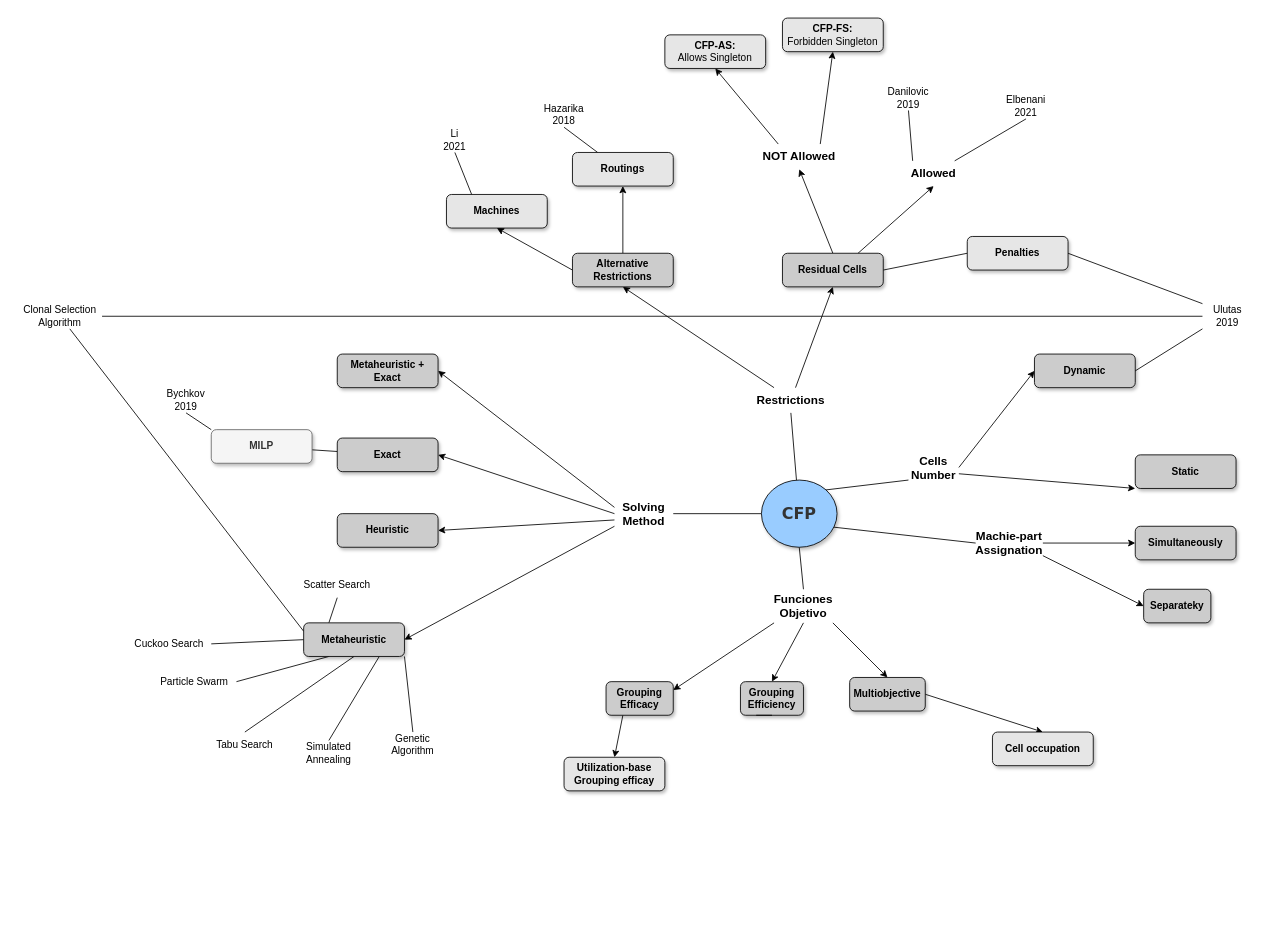
Earlier version of the draw.io diagram TAXONOMÍA.drawio (jossanlop/cell-formation). Source tidied: cells renumbered, new cells numbered last; positions are measured from the earlier drawing's top-left corner, leaving out a move shared by most shapes. Both pictures are drawn from the tidied source at 84%, with x=0, y=0 at pixel (18, 18).
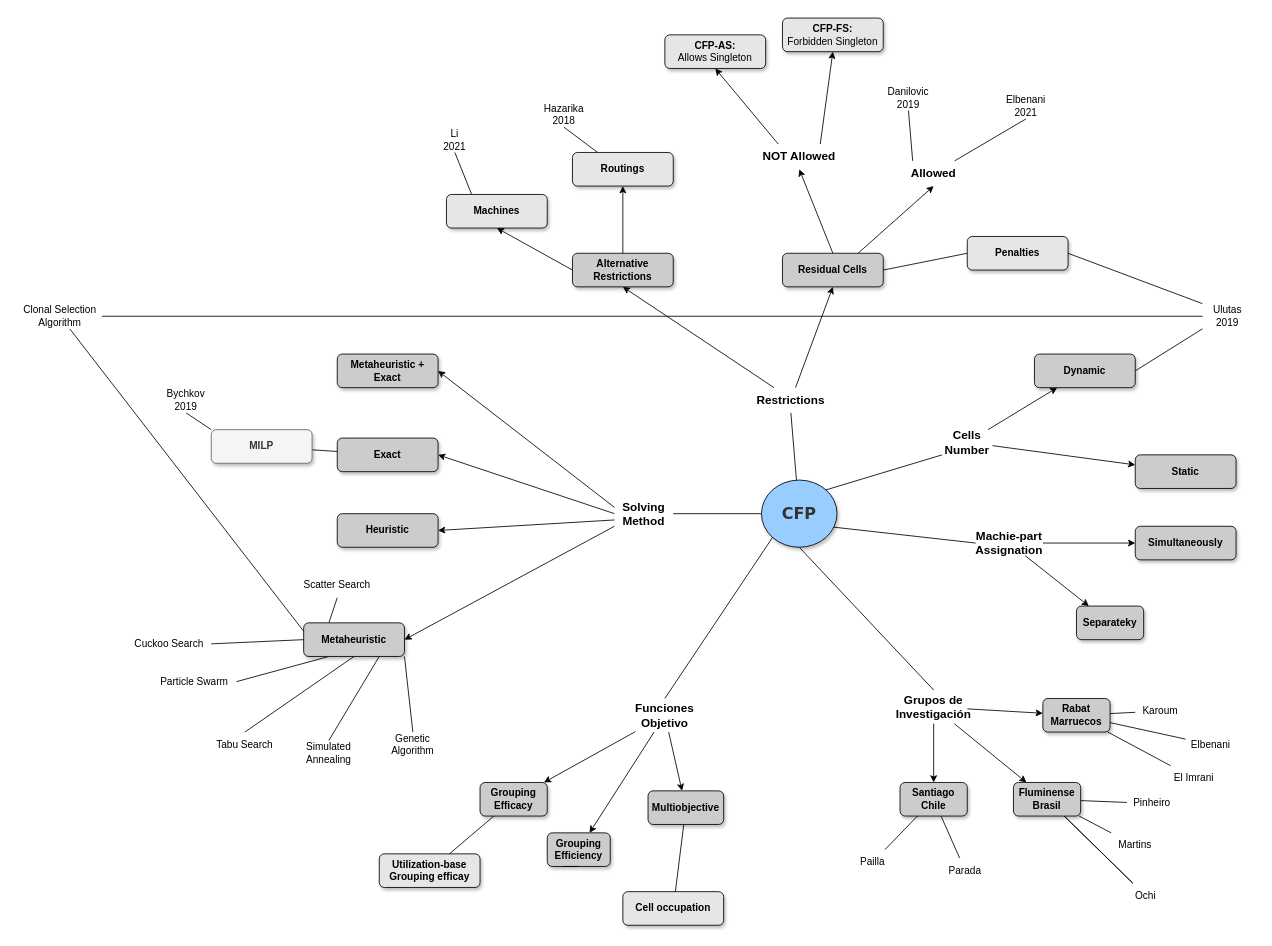
The same page after the edit.

The change refers to these unchanged cells:
```xml
<mxCell id="5" value="CFP" style="ellipse;whiteSpace=wrap;html=1;rounded=0;shadow=1;comic=0;labelBackgroundColor=none;strokeWidth=1;fontFamily=Verdana;fontSize=19;align=center;fontStyle=1;fillColor=#99CCFF;fontColor=#333333;strokeColor=#000000;" parent="1" vertex="1">
  <mxGeometry x="885" y="550" width="90" height="80" as="geometry" />
</mxCell>
<mxCell id="34" value="&lt;b&gt;Static&lt;br&gt;&lt;/b&gt;" style="rounded=1;whiteSpace=wrap;html=1;shadow=1;fontSize=12;strokeColor=#000000;strokeWidth=1;fillColor=#CCCCCC;gradientColor=none;" parent="1" vertex="1">
  <mxGeometry x="1330" y="520" width="120" height="40" as="geometry" />
</mxCell>
<mxCell id="35" value="&lt;b&gt;Dynamic&lt;br&gt;&lt;/b&gt;" style="rounded=1;whiteSpace=wrap;html=1;shadow=1;fontSize=12;strokeColor=#000000;strokeWidth=1;fillColor=#CCCCCC;gradientColor=none;" parent="1" vertex="1">
  <mxGeometry x="1210" y="400" width="120" height="40" as="geometry" />
</mxCell>
<mxCell id="77" value="Machie-part&lt;br&gt;Assignation" style="text;html=1;strokeColor=none;fillColor=none;align=center;verticalAlign=middle;whiteSpace=wrap;rounded=0;shadow=1;fontSize=14;fontStyle=1;" parent="1" vertex="1">
  <mxGeometry x="1140" y="610" width="80" height="30" as="geometry" />
</mxCell>
<mxCell id="79" value="&lt;b&gt;Simultaneously&lt;br&gt;&lt;/b&gt;" style="rounded=1;whiteSpace=wrap;html=1;shadow=1;fontSize=12;strokeColor=#000000;strokeWidth=1;fillColor=#CCCCCC;gradientColor=none;" parent="1" vertex="1">
  <mxGeometry x="1330" y="605" width="120" height="40" as="geometry" />
</mxCell>
```

Diff of the diagram source:
```diff
@@
-    <mxCell id="4" style="edgeStyle=none;rounded=0;jettySize=auto;html=1;exitX=0.5;exitY=1;exitDx=0;exitDy=0;fontSize=12;fontColor=#B3B3B3;endArrow=none;endFill=0;entryX=0.5;entryY=0;entryDx=0;entryDy=0;" parent="1" edge="1" source="5" target="65">
+    <mxCell id="4" style="edgeStyle=none;rounded=0;jettySize=auto;html=1;exitX=0;exitY=1;exitDx=0;exitDy=0;fontSize=12;fontColor=#B3B3B3;endArrow=none;endFill=0;entryX=0.5;entryY=0;entryDx=0;entryDy=0;" parent="1" edge="1" source="5" target="65">
       <mxGeometry relative="1" as="geometry" />
     </mxCell>
+    <mxCell id="91" style="rounded=0;jettySize=auto;html=1;exitX=0.5;exitY=1;exitDx=0;exitDy=0;entryX=0.5;entryY=0;entryDx=0;entryDy=0;endArrow=none;endFill=0;" parent="1" edge="1" source="5" target="96">
+      <mxGeometry relative="1" as="geometry" />
+    </mxCell>
@@
+    <mxCell id="32" style="edgeStyle=none;rounded=0;jettySize=auto;html=1;endArrow=classic;endFill=1;" parent="1" edge="1" source="33" target="35">
+      <mxGeometry relative="1" as="geometry" />
+    </mxCell>
-    <mxCell id="31" style="edgeStyle=none;rounded=0;jettySize=auto;html=1;exitX=1;exitY=0.75;exitDx=0;exitDy=0;entryX=0;entryY=1;entryDx=0;entryDy=0;fontSize=12;endArrow=classic;endFill=1;" parent="1" edge="1" source="33" target="34">
+    <mxCell id="31" style="edgeStyle=none;rounded=0;jettySize=auto;html=1;endArrow=classic;endFill=1;" parent="1" edge="1" source="33" target="34">
       <mxGeometry relative="1" as="geometry" />
     </mxCell>
-    <mxCell id="32" style="edgeStyle=none;rounded=0;jettySize=auto;html=1;exitX=1;exitY=0.5;exitDx=0;exitDy=0;entryX=0;entryY=0.5;entryDx=0;entryDy=0;fontSize=12;endArrow=classic;endFill=1;" parent="1" edge="1" source="33" target="35">
-      <mxGeometry relative="1" as="geometry" />
-    </mxCell>
     <mxCell id="33" value="Cells Number" style="text;html=1;strokeColor=none;fillColor=none;align=center;verticalAlign=middle;whiteSpace=wrap;rounded=0;shadow=1;fontSize=14;fontStyle=1;" parent="1" vertex="1">
-      <mxGeometry x="1060" y="520" width="60" height="30" as="geometry" />
+      <mxGeometry x="1100" y="490" width="60" height="30" as="geometry" />
     </mxCell>
@@
+    <mxCell id="64" style="edgeStyle=none;rounded=0;jettySize=auto;html=1;endArrow=classic;endFill=1;" parent="1" edge="1" source="65" target="67">
+      <mxGeometry relative="1" as="geometry" />
+    </mxCell>
+    <mxCell id="63" style="edgeStyle=none;rounded=0;jettySize=auto;html=1;endArrow=classic;endFill=1;" parent="1" edge="1" source="65" target="69">
+      <mxGeometry relative="1" as="geometry" />
+    </mxCell>
-    <mxCell id="62" style="edgeStyle=none;rounded=0;jettySize=auto;html=1;exitX=0;exitY=1;exitDx=0;exitDy=0;entryX=1;entryY=0.25;entryDx=0;entryDy=0;fontSize=12;fontColor=#B3B3B3;endArrow=classic;endFill=1;" parent="1" edge="1" source="65" target="71">
+    <mxCell id="62" style="edgeStyle=none;rounded=0;jettySize=auto;html=1;endArrow=classic;endFill=1;" parent="1" edge="1" source="65" target="71">
       <mxGeometry relative="1" as="geometry" />
     </mxCell>
-    <mxCell id="63" style="edgeStyle=none;rounded=0;jettySize=auto;html=1;exitX=0.5;exitY=1;exitDx=0;exitDy=0;entryX=0.5;entryY=0;entryDx=0;entryDy=0;fontSize=12;fontColor=#B3B3B3;endArrow=classic;endFill=1;" parent="1" edge="1" source="65" target="69">
-      <mxGeometry relative="1" as="geometry" />
-    </mxCell>
-    <mxCell id="64" style="edgeStyle=none;rounded=0;jettySize=auto;html=1;exitX=1;exitY=1;exitDx=0;exitDy=0;entryX=0.5;entryY=0;entryDx=0;entryDy=0;fontSize=12;fontColor=#B3B3B3;endArrow=classic;endFill=1;" parent="1" edge="1" source="65" target="67">
-      <mxGeometry relative="1" as="geometry" />
-    </mxCell>
     <mxCell id="65" value="Funciones&lt;br&gt;Objetivo" style="text;html=1;strokeColor=none;fillColor=none;align=center;verticalAlign=middle;whiteSpace=wrap;rounded=0;shadow=1;fontSize=14;fontStyle=1;" parent="1" vertex="1">
-      <mxGeometry x="900" y="680" width="70" height="40" as="geometry" />
+      <mxGeometry x="735" y="810" width="70" height="40" as="geometry" />
     </mxCell>
-    <mxCell id="66" style="edgeStyle=none;rounded=0;jettySize=auto;html=1;exitX=1;exitY=0.5;exitDx=0;exitDy=0;fontSize=12;fontColor=#B3B3B3;endArrow=classic;endFill=1;entryX=0.5;entryY=0;entryDx=0;entryDy=0;" parent="1" edge="1" source="67" target="74">
+    <mxCell id="66" style="edgeStyle=none;rounded=0;jettySize=auto;html=1;endArrow=none;endFill=0;" parent="1" edge="1" source="67" target="74">
       <mxGeometry relative="1" as="geometry" />
     </mxCell>
     <mxCell id="67" value="&lt;b&gt;Multiobjective&lt;br&gt;&lt;/b&gt;" style="rounded=1;whiteSpace=wrap;html=1;shadow=1;fontSize=12;strokeColor=#000000;strokeWidth=1;fillColor=#CCCCCC;gradientColor=none;" parent="1" vertex="1">
-      <mxGeometry x="990" y="785" width="90" height="40" as="geometry" />
+      <mxGeometry x="750" y="920" width="90" height="40" as="geometry" />
     </mxCell>
     <mxCell id="68" value="&lt;b&gt;Utilization-base&lt;br&gt;Grouping efficay&lt;br&gt;&lt;/b&gt;" style="rounded=1;whiteSpace=wrap;html=1;shadow=1;fontSize=12;strokeColor=#000000;strokeWidth=1;fillColor=#E6E6E6;gradientColor=none;" parent="1" vertex="1">
-      <mxGeometry x="650" y="880" width="120" height="40" as="geometry" />
+      <mxGeometry x="430" y="995" width="120" height="40" as="geometry" />
     </mxCell>
     <mxCell id="69" value="&lt;b&gt;Grouping&lt;br&gt;Efficiency&lt;br&gt;&lt;/b&gt;" style="rounded=1;whiteSpace=wrap;html=1;shadow=1;fontSize=12;strokeColor=#000000;strokeWidth=1;fillColor=#CCCCCC;gradientColor=none;" parent="1" vertex="1">
-      <mxGeometry x="860" y="790" width="75" height="40" as="geometry" />
+      <mxGeometry x="630" y="970" width="75" height="40" as="geometry" />
     </mxCell>
-    <mxCell id="70" style="edgeStyle=none;rounded=0;jettySize=auto;html=1;exitX=0.25;exitY=1;exitDx=0;exitDy=0;entryX=0.5;entryY=0;entryDx=0;entryDy=0;fontSize=12;fontColor=#B3B3B3;endArrow=classic;endFill=1;" parent="1" edge="1" source="71" target="68">
+    <mxCell id="70" style="edgeStyle=none;rounded=0;jettySize=auto;html=1;endArrow=none;endFill=0;" parent="1" edge="1" source="71" target="68">
       <mxGeometry relative="1" as="geometry" />
     </mxCell>
     <mxCell id="71" value="&lt;b&gt;Grouping&lt;br&gt;Efficacy&lt;br&gt;&lt;/b&gt;" style="rounded=1;whiteSpace=wrap;html=1;shadow=1;fontSize=12;strokeColor=#000000;strokeWidth=1;fillColor=#CCCCCC;gradientColor=none;" parent="1" vertex="1">
-      <mxGeometry x="700" y="790" width="80" height="40" as="geometry" />
+      <mxGeometry x="550" y="910" width="80" height="40" as="geometry" />
     </mxCell>
@@
+    <mxCell id="92" style="edgeStyle=none;rounded=0;jettySize=auto;html=1;exitX=0.5;exitY=1;exitDx=0;exitDy=0;endArrow=none;endFill=0;" parent="1" edge="1" source="74">
+      <mxGeometry relative="1" as="geometry">
+        <mxPoint x="780" y="1070" as="targetPoint" />
+      </mxGeometry>
+    </mxCell>
     <mxCell id="74" value="&lt;b&gt;Cell occupation&lt;br&gt;&lt;/b&gt;" style="rounded=1;whiteSpace=wrap;html=1;shadow=1;fontSize=12;strokeColor=#000000;strokeWidth=1;fillColor=#E6E6E6;gradientColor=none;" parent="1" vertex="1">
-      <mxGeometry x="1160" y="850" width="120" height="40" as="geometry" />
+      <mxGeometry x="720" y="1040" width="120" height="40" as="geometry" />
     </mxCell>
+    <mxCell id="76" style="edgeStyle=none;rounded=0;jettySize=auto;html=1;endArrow=classic;endFill=1;" parent="1" edge="1" source="77" target="79">
+      <mxGeometry relative="1" as="geometry" />
+    </mxCell>
-    <mxCell id="75" style="edgeStyle=none;rounded=0;jettySize=auto;html=1;exitX=1;exitY=1;exitDx=0;exitDy=0;entryX=0;entryY=0.5;entryDx=0;entryDy=0;fontSize=12;fontColor=#B3B3B3;endArrow=classic;endFill=1;" parent="1" edge="1" source="77" target="80">
+    <mxCell id="75" style="edgeStyle=none;rounded=0;jettySize=auto;html=1;endArrow=classic;endFill=1;" parent="1" edge="1" source="77" target="80">
       <mxGeometry relative="1" as="geometry" />
     </mxCell>
-    <mxCell id="76" style="edgeStyle=none;rounded=0;jettySize=auto;html=1;exitX=1;exitY=0.5;exitDx=0;exitDy=0;entryX=0;entryY=0.5;entryDx=0;entryDy=0;fontSize=12;fontColor=#B3B3B3;endArrow=classic;endFill=1;" parent="1" edge="1" source="77" target="79">
-      <mxGeometry relative="1" as="geometry" />
-    </mxCell>
@@
     <mxCell id="80" value="&lt;b&gt;Separateky&lt;br&gt;&lt;/b&gt;" style="rounded=1;whiteSpace=wrap;html=1;shadow=1;fontSize=12;strokeColor=#000000;strokeWidth=1;fillColor=#CCCCCC;gradientColor=none;" parent="1" vertex="1">
-      <mxGeometry x="1340" y="680" width="80" height="40" as="geometry" />
+      <mxGeometry x="1260" y="700" width="80" height="40" as="geometry" />
     </mxCell>
@@
+    <mxCell id="93" style="edgeStyle=none;rounded=0;jettySize=auto;html=1;" parent="1" edge="1" source="96" target="100">
+      <mxGeometry relative="1" as="geometry" />
+    </mxCell>
+    <mxCell id="94" style="edgeStyle=none;rounded=0;jettySize=auto;html=1;" parent="1" edge="1" source="96" target="105">
+      <mxGeometry relative="1" as="geometry" />
+    </mxCell>
+    <mxCell id="95" style="edgeStyle=none;rounded=0;jettySize=auto;html=1;endArrow=classic;endFill=1;" parent="1" edge="1" source="96" target="115">
+      <mxGeometry relative="1" as="geometry" />
+    </mxCell>
+    <mxCell id="96" value="Grupos de Investigación" style="text;html=1;strokeColor=none;fillColor=none;align=center;verticalAlign=middle;whiteSpace=wrap;rounded=0;shadow=1;fontSize=14;fontStyle=1;" parent="1" vertex="1">
+      <mxGeometry x="1050" y="800" width="80" height="40" as="geometry" />
+    </mxCell>
+    <mxCell id="97" style="edgeStyle=none;rounded=0;jettySize=auto;html=1;endArrow=none;endFill=0;" parent="1" edge="1" source="100" target="107">
+      <mxGeometry relative="1" as="geometry" />
+    </mxCell>
+    <mxCell id="98" style="edgeStyle=none;rounded=0;jettySize=auto;html=1;endArrow=none;endFill=0;" parent="1" edge="1" source="100" target="106">
+      <mxGeometry relative="1" as="geometry" />
+    </mxCell>
+    <mxCell id="99" style="edgeStyle=none;rounded=0;jettySize=auto;html=1;endArrow=none;endFill=0;" parent="1" edge="1" source="100" target="108">
+      <mxGeometry relative="1" as="geometry" />
+    </mxCell>
+    <mxCell id="100" value="&lt;b&gt;Rabat&lt;br&gt;Marruecos&lt;br&gt;&lt;/b&gt;" style="rounded=1;whiteSpace=wrap;html=1;shadow=1;fontSize=12;strokeColor=#000000;strokeWidth=1;fillColor=#CCCCCC;gradientColor=none;" parent="1" vertex="1">
+      <mxGeometry x="1220" y="810" width="80" height="40" as="geometry" />
+    </mxCell>
+    <mxCell id="101" style="edgeStyle=none;rounded=0;jettySize=auto;html=1;endArrow=none;endFill=0;" parent="1" edge="1" source="105" target="109">
+      <mxGeometry relative="1" as="geometry" />
+    </mxCell>
+    <mxCell id="102" style="edgeStyle=none;rounded=0;jettySize=auto;html=1;endArrow=none;endFill=0;" parent="1" edge="1" source="105" target="110">
+      <mxGeometry relative="1" as="geometry" />
+    </mxCell>
+    <mxCell id="103" style="edgeStyle=none;rounded=0;jettySize=auto;html=1;endArrow=none;endFill=0;" parent="1" edge="1" source="105" target="112">
+      <mxGeometry relative="1" as="geometry" />
+    </mxCell>
+    <mxCell id="104" style="edgeStyle=none;rounded=0;jettySize=auto;html=1;endArrow=none;endFill=0;" parent="1" edge="1" source="105" target="112">
+      <mxGeometry relative="1" as="geometry" />
+    </mxCell>
+    <mxCell id="105" value="&lt;b&gt;Fluminense&lt;br&gt;Brasil&lt;br&gt;&lt;/b&gt;" style="rounded=1;whiteSpace=wrap;html=1;shadow=1;fontSize=12;strokeColor=#000000;strokeWidth=1;fillColor=#CCCCCC;gradientColor=none;" parent="1" vertex="1">
+      <mxGeometry x="1185" y="910" width="80" height="40" as="geometry" />
+    </mxCell>
+    <mxCell id="106" value="Karoum" style="text;html=1;strokeColor=none;fillColor=none;align=center;verticalAlign=middle;whiteSpace=wrap;rounded=0;" parent="1" vertex="1">
+      <mxGeometry x="1330" y="810" width="60" height="30" as="geometry" />
+    </mxCell>
+    <mxCell id="107" value="Elbenani" style="text;html=1;strokeColor=none;fillColor=none;align=center;verticalAlign=middle;whiteSpace=wrap;rounded=0;" parent="1" vertex="1">
+      <mxGeometry x="1390" y="850" width="60" height="30" as="geometry" />
+    </mxCell>
+    <mxCell id="108" value="El Imrani" style="text;html=1;strokeColor=none;fillColor=none;align=center;verticalAlign=middle;whiteSpace=wrap;rounded=0;" parent="1" vertex="1">
+      <mxGeometry x="1370" y="890" width="60" height="30" as="geometry" />
+    </mxCell>
+    <mxCell id="109" value="Pinheiro" style="text;html=1;strokeColor=none;fillColor=none;align=center;verticalAlign=middle;whiteSpace=wrap;rounded=0;" parent="1" vertex="1">
+      <mxGeometry x="1320" y="920" width="60" height="30" as="geometry" />
+    </mxCell>
+    <mxCell id="110" value="Martins" style="text;html=1;strokeColor=none;fillColor=none;align=center;verticalAlign=middle;whiteSpace=wrap;rounded=0;" parent="1" vertex="1">
+      <mxGeometry x="1300" y="970" width="60" height="30" as="geometry" />
+    </mxCell>
+    <mxCell id="111" value="Pailla" style="text;html=1;strokeColor=none;fillColor=none;align=center;verticalAlign=middle;whiteSpace=wrap;rounded=0;" parent="1" vertex="1">
+      <mxGeometry x="990" y="990" width="55" height="30" as="geometry" />
+    </mxCell>
+    <mxCell id="112" value="Ochi&lt;br&gt;" style="text;html=1;strokeColor=none;fillColor=none;align=center;verticalAlign=middle;whiteSpace=wrap;rounded=0;" parent="1" vertex="1">
+      <mxGeometry x="1315" y="1030" width="55" height="30" as="geometry" />
+    </mxCell>
+    <mxCell id="113" style="edgeStyle=none;rounded=0;jettySize=auto;html=1;endArrow=none;endFill=0;" parent="1" edge="1" source="115" target="111">
+      <mxGeometry relative="1" as="geometry" />
+    </mxCell>
+    <mxCell id="114" style="edgeStyle=none;rounded=0;jettySize=auto;html=1;endArrow=none;endFill=0;" parent="1" edge="1" source="115" target="116">
+      <mxGeometry relative="1" as="geometry" />
+    </mxCell>
+    <mxCell id="115" value="&lt;b&gt;Santiago&lt;br&gt;Chile&lt;br&gt;&lt;/b&gt;" style="rounded=1;whiteSpace=wrap;html=1;shadow=1;fontSize=12;strokeColor=#000000;strokeWidth=1;fillColor=#CCCCCC;gradientColor=none;" parent="1" vertex="1">
+      <mxGeometry x="1050" y="910" width="80" height="40" as="geometry" />
+    </mxCell>
+    <mxCell id="116" value="Parada" style="text;html=1;strokeColor=none;fillColor=none;align=center;verticalAlign=middle;whiteSpace=wrap;rounded=0;" parent="1" vertex="1">
+      <mxGeometry x="1100" y="1000" width="55" height="30" as="geometry" />
+    </mxCell>
```
